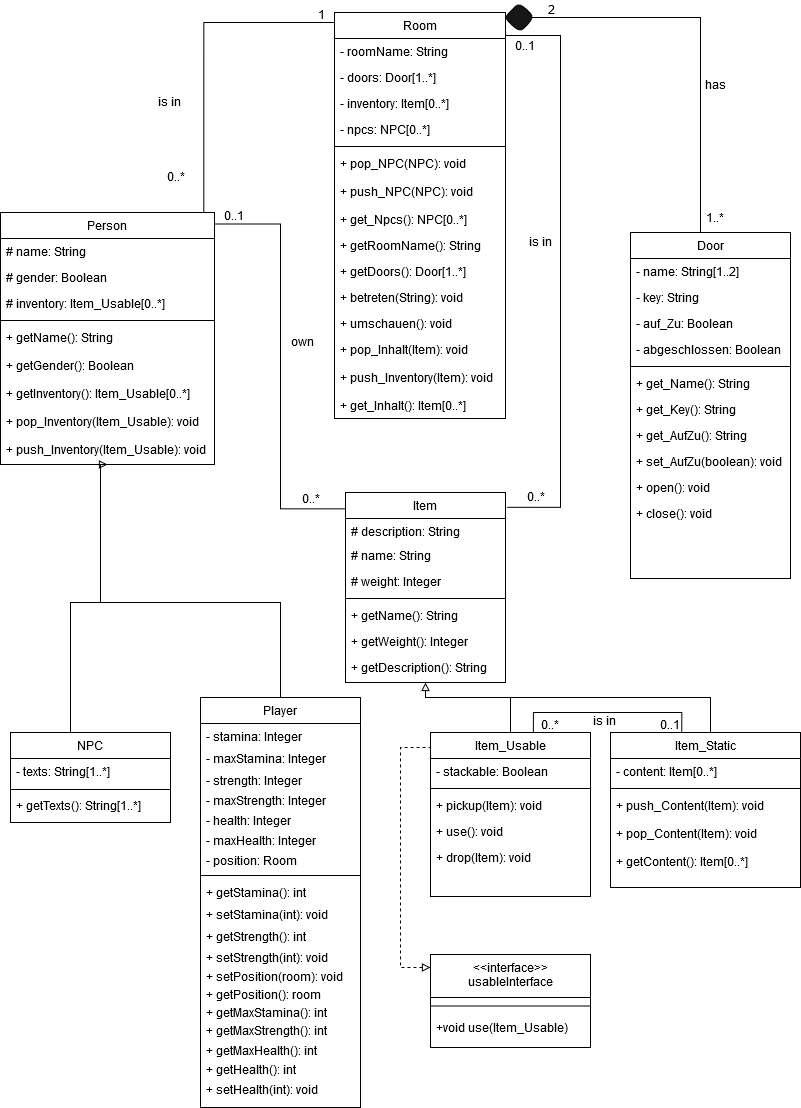
Above: Klassendiagram.png in Elegond/AE-Text-Adventure (draw.io), before the change. Source tidied: cells renumbered, new cells last; positions are measured from the earlier drawing's top-left corner, leaving out a move shared by most shapes.
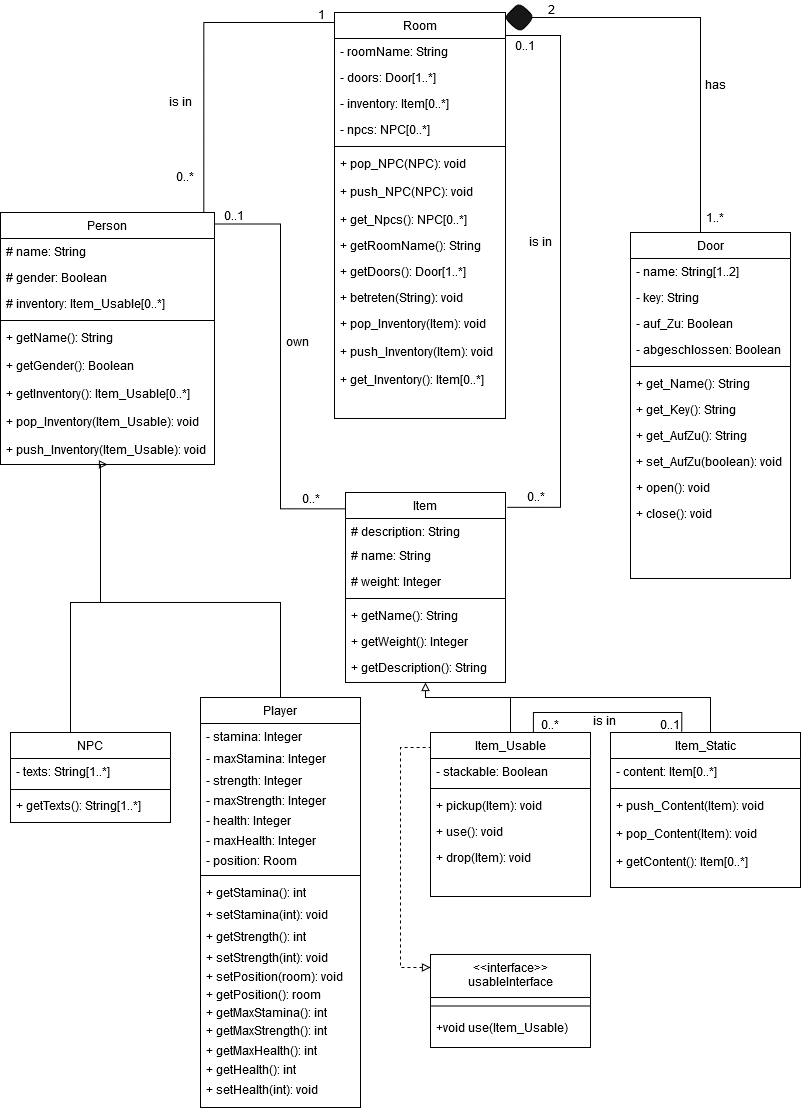
Later version of the same file.

What changed in the source:
```diff
@@ -76,17 +76,14 @@
     <mxCell id="24" value="+ betreten(String): void" style="text;align=left;verticalAlign=top;spacingLeft=4;spacingRight=4;overflow=hidden;" parent="13" vertex="1">
       <mxGeometry y="272" width="171" height="26" as="geometry" />
     </mxCell>
-    <mxCell id="25" value="+ umschauen(): void" style="text;align=left;verticalAlign=top;spacingLeft=4;spacingRight=4;overflow=hidden;" parent="13" vertex="1">
-      <mxGeometry y="298" width="171" height="26" as="geometry" />
-    </mxCell>
-    <mxCell id="26" value="+ pop_Inhalt(Item): void" style="text;align=left;verticalAlign=top;spacingLeft=4;spacingRight=4;overflow=hidden;" parent="13" vertex="1">
-      <mxGeometry y="324" width="171" height="28" as="geometry" />
+    <mxCell id="26" value="+ pop_Inventory(Item): void" style="text;align=left;verticalAlign=top;spacingLeft=4;spacingRight=4;overflow=hidden;" parent="13" vertex="1">
+      <mxGeometry y="298" width="171" height="28" as="geometry" />
     </mxCell>
     <mxCell id="27" value="+ push_Inventory(Item): void" style="text;align=left;verticalAlign=top;spacingLeft=4;spacingRight=4;overflow=hidden;" parent="13" vertex="1">
-      <mxGeometry y="352" width="171" height="28" as="geometry" />
+      <mxGeometry y="326" width="171" height="28" as="geometry" />
     </mxCell>
-    <mxCell id="28" value="+ get_Inhalt(): Item[0..*]" style="text;align=left;verticalAlign=top;spacingLeft=4;spacingRight=4;overflow=hidden;" parent="13" vertex="1">
-      <mxGeometry y="380" width="171" height="26" as="geometry" />
+    <mxCell id="28" value="+ get_Inventory(): Item[0..*]" style="text;align=left;verticalAlign=top;spacingLeft=4;spacingRight=4;overflow=hidden;" parent="13" vertex="1">
+      <mxGeometry y="354" width="171" height="26" as="geometry" />
     </mxCell>
     <mxCell id="29" style="edgeStyle=orthogonalEdgeStyle;rounded=0;jettySize=auto;html=1;entryX=0;entryY=1;entryDx=0;entryDy=0;endArrow=none;endFill=0;exitX=0.002;exitY=0.086;exitDx=0;exitDy=0;exitPerimeter=0;" parent="1" edge="1" source="30" target="74">
       <mxGeometry relative="1" as="geometry">
@@ -239,13 +236,13 @@
       <mxGeometry x="695" y="75" width="40" height="17" as="geometry" />
     </mxCell>
     <mxCell id="70" value="own" style="text;html=1;strokeColor=none;fillColor=none;align=center;verticalAlign=middle;whiteSpace=wrap;rounded=0;" parent="1" vertex="1">
-      <mxGeometry x="282" y="332" width="40" height="17" as="geometry" />
+      <mxGeometry x="277" y="332" width="40" height="17" as="geometry" />
     </mxCell>
     <mxCell id="71" value="1" style="text;html=1;strokeColor=none;fillColor=none;align=center;verticalAlign=middle;whiteSpace=wrap;rounded=0;" parent="1" vertex="1">
       <mxGeometry x="301" y="4" width="40" height="20" as="geometry" />
     </mxCell>
     <mxCell id="72" value="0..*" style="text;html=1;strokeColor=none;fillColor=none;align=center;verticalAlign=middle;whiteSpace=wrap;rounded=0;" parent="1" vertex="1">
-      <mxGeometry x="156" y="167" width="40" height="17" as="geometry" />
+      <mxGeometry x="165" y="167" width="40" height="17" as="geometry" />
     </mxCell>
     <mxCell id="73" value="is in" style="text;html=1;strokeColor=none;fillColor=none;align=center;verticalAlign=middle;whiteSpace=wrap;rounded=0;" parent="1" vertex="1">
       <mxGeometry x="520" y="232" width="40" height="17" as="geometry" />
@@ -257,7 +254,7 @@
       <mxGeometry x="291" y="489" width="40" height="17" as="geometry" />
     </mxCell>
     <mxCell id="76" value="is in" style="text;html=1;strokeColor=none;fillColor=none;align=center;verticalAlign=middle;whiteSpace=wrap;rounded=0;" parent="1" vertex="1">
-      <mxGeometry x="149" y="92" width="40" height="17" as="geometry" />
+      <mxGeometry x="160" y="92" width="40" height="17" as="geometry" />
     </mxCell>
     <mxCell id="77" value="0..*" style="text;html=1;strokeColor=none;fillColor=none;align=center;verticalAlign=middle;whiteSpace=wrap;rounded=0;" parent="1" vertex="1">
       <mxGeometry x="516" y="488" width="40" height="15" as="geometry" />
```
